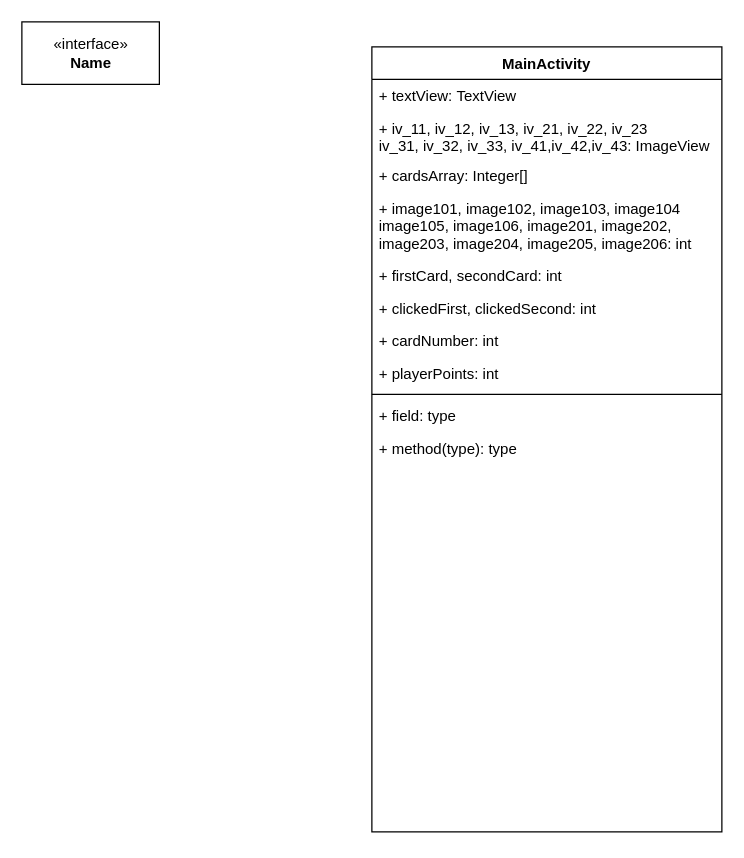
This is Untitled Diagram.drawio from UrbanRoland/Hobby-project, a draw.io file, before an edit. Source tidied: cells renumbered, new cells numbered last; positions are measured from the earlier drawing's top-left corner, leaving out a move shared by most shapes. Both pictures are drawn from the tidied source at 125%, with x=0, y=0 at pixel (21, 21).
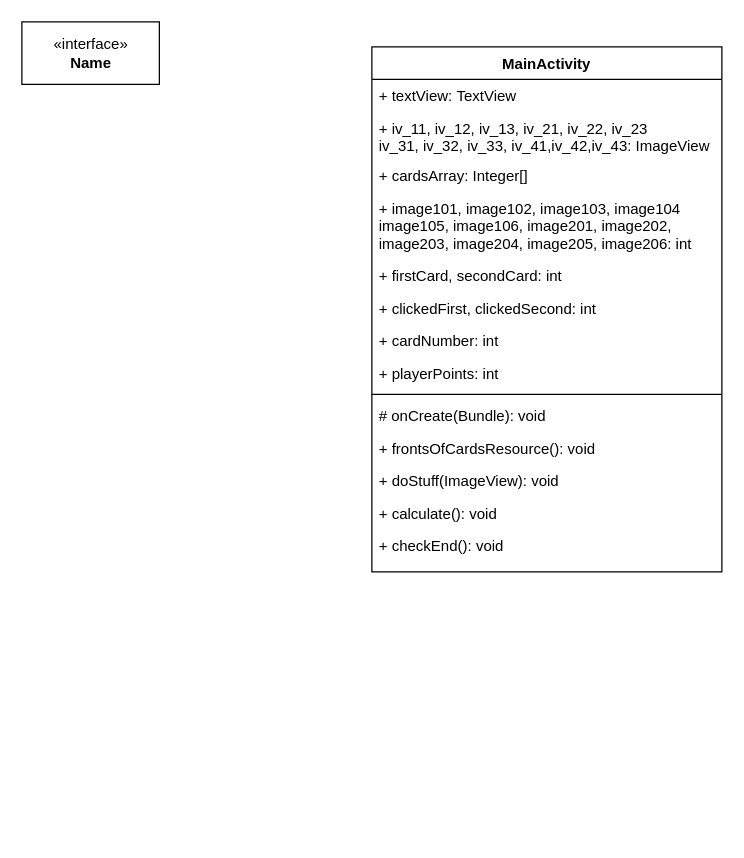
Above is the later version.

The edit, as a diff of the source:
```diff
@@
 <mxGraphModel>
   <root>
     <mxCell id="0" />
     <mxCell id="1" parent="0" />
     <mxCell id="2" value="&amp;laquo;interface&amp;raquo;&lt;br&gt;&lt;b&gt;Name&lt;/b&gt;" style="html=1;" parent="1" vertex="1">
       <mxGeometry width="110" height="50" as="geometry" />
     </mxCell>
     <mxCell id="3" value="MainActivity" style="swimlane;fontStyle=1;align=center;verticalAlign=top;horizontal=1;startSize=26;" parent="1" vertex="1">
-      <mxGeometry x="280" y="20" width="280" height="628" as="geometry" />
+      <mxGeometry x="280" y="20" width="280" height="420" as="geometry" />
     </mxCell>
     <mxCell id="4" value="+ textView: TextView" style="text;strokeColor=none;fillColor=none;align=left;verticalAlign=top;spacingLeft=4;spacingRight=4;overflow=hidden;" parent="3" vertex="1">
       <mxGeometry y="26" width="280" height="26" as="geometry" />
     </mxCell>
     <mxCell id="5" value="+ iv_11, iv_12, iv_13, iv_21, iv_22, iv_23&#10;iv_31, iv_32, iv_33, iv_41,iv_42,iv_43: ImageView" style="text;strokeColor=none;fillColor=none;align=left;verticalAlign=top;spacingLeft=4;spacingRight=4;overflow=hidden;" parent="3" vertex="1">
       <mxGeometry y="52" width="280" height="38" as="geometry" />
     </mxCell>
     <mxCell id="6" value="+ cardsArray: Integer[]" style="text;strokeColor=none;fillColor=none;align=left;verticalAlign=top;spacingLeft=4;spacingRight=4;overflow=hidden;" parent="3" vertex="1">
       <mxGeometry y="90" width="280" height="26" as="geometry" />
     </mxCell>
     <mxCell id="7" value="+ image101, image102, image103, image104&#10;image105, image106, image201, image202,&#10;image203, image204, image205, image206: int" style="text;strokeColor=none;fillColor=none;align=left;verticalAlign=top;spacingLeft=4;spacingRight=4;overflow=hidden;" parent="3" vertex="1">
       <mxGeometry y="116" width="280" height="54" as="geometry" />
     </mxCell>
     <mxCell id="8" value="+ firstCard, secondCard: int" style="text;strokeColor=none;fillColor=none;align=left;verticalAlign=top;spacingLeft=4;spacingRight=4;overflow=hidden;" parent="3" vertex="1">
       <mxGeometry y="170" width="280" height="26" as="geometry" />
     </mxCell>
     <mxCell id="9" value="+ clickedFirst, clickedSecond: int" style="text;strokeColor=none;fillColor=none;align=left;verticalAlign=top;spacingLeft=4;spacingRight=4;overflow=hidden;" parent="3" vertex="1">
       <mxGeometry y="196" width="280" height="26" as="geometry" />
     </mxCell>
     <mxCell id="10" value="+ cardNumber: int" style="text;strokeColor=none;fillColor=none;align=left;verticalAlign=top;spacingLeft=4;spacingRight=4;overflow=hidden;" parent="3" vertex="1">
       <mxGeometry y="222" width="280" height="26" as="geometry" />
     </mxCell>
     <mxCell id="11" value="+ playerPoints: int" style="text;strokeColor=none;fillColor=none;align=left;verticalAlign=top;spacingLeft=4;spacingRight=4;overflow=hidden;" parent="3" vertex="1">
       <mxGeometry y="248" width="280" height="26" as="geometry" />
     </mxCell>
     <mxCell id="12" style="line;strokeWidth=1;fillColor=none;align=left;verticalAlign=middle;spacingTop=-1;spacingLeft=3;spacingRight=3;labelPosition=right;" parent="3" vertex="1">
       <mxGeometry y="274" width="280" height="8" as="geometry" />
     </mxCell>
-    <mxCell id="13" value="+ field: type" style="text;strokeColor=none;fillColor=none;align=left;verticalAlign=top;spacingLeft=4;spacingRight=4;overflow=hidden;" parent="3" vertex="1">
+    <mxCell id="13" value="# onCreate(Bundle): void" style="text;strokeColor=none;fillColor=none;align=left;verticalAlign=top;spacingLeft=4;spacingRight=4;overflow=hidden;" parent="3" vertex="1">
       <mxGeometry y="282" width="280" height="26" as="geometry" />
     </mxCell>
+    <mxCell id="15" value="+ frontsOfCardsResource(): void" style="text;strokeColor=none;fillColor=none;align=left;verticalAlign=top;spacingLeft=4;spacingRight=4;overflow=hidden;" parent="3" vertex="1">
+      <mxGeometry y="308" width="280" height="26" as="geometry" />
+    </mxCell>
+    <mxCell id="16" value="+ doStuff(ImageView): void" style="text;strokeColor=none;fillColor=none;align=left;verticalAlign=top;spacingLeft=4;spacingRight=4;overflow=hidden;" parent="3" vertex="1">
+      <mxGeometry y="334" width="280" height="26" as="geometry" />
+    </mxCell>
+    <mxCell id="17" value="+ calculate(): void" style="text;strokeColor=none;fillColor=none;align=left;verticalAlign=top;spacingLeft=4;spacingRight=4;overflow=hidden;" parent="3" vertex="1">
+      <mxGeometry y="360" width="280" height="26" as="geometry" />
+    </mxCell>
-    <mxCell id="14" value="+ method(type): type" style="text;strokeColor=none;fillColor=none;align=left;verticalAlign=top;spacingLeft=4;spacingRight=4;overflow=hidden;" parent="3" vertex="1">
-      <mxGeometry y="308" width="280" height="320" as="geometry" />
+    <mxCell id="14" value="+ checkEnd(): void" style="text;strokeColor=none;fillColor=none;align=left;verticalAlign=top;spacingLeft=4;spacingRight=4;overflow=hidden;" parent="3" vertex="1">
+      <mxGeometry y="386" width="280" height="34" as="geometry" />
     </mxCell>
   </root>
 </mxGraphModel>
```
